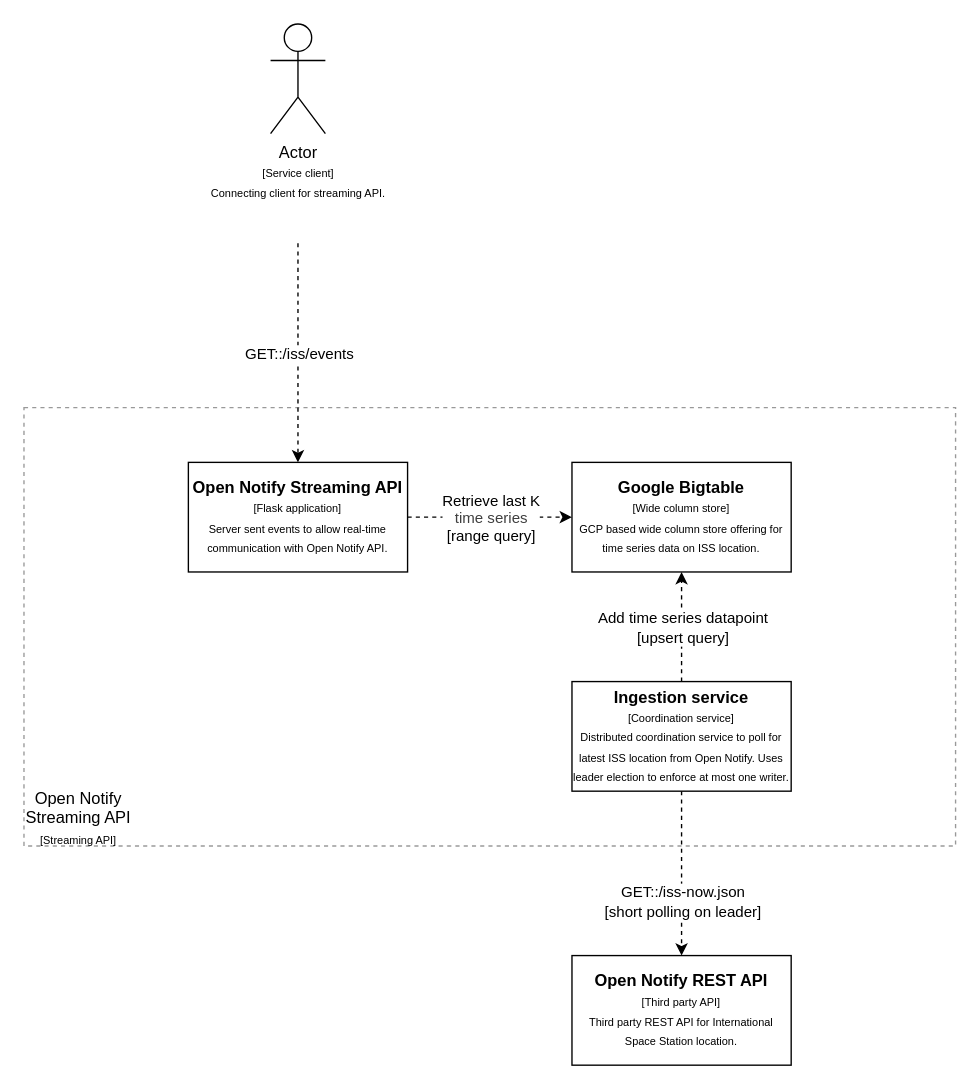
The draw.io diagram specs/diagrams/container_diagram.drawio in NoahT/Open-Notify-Streaming-API, before the edit. Source tidied: cells renumbered, new cells numbered last; positions are measured from the earlier drawing's top-left corner, leaving out a move shared by most shapes. Both pictures are drawn from the tidied source at 137%, with x=0, y=0 at pixel (23, 23).
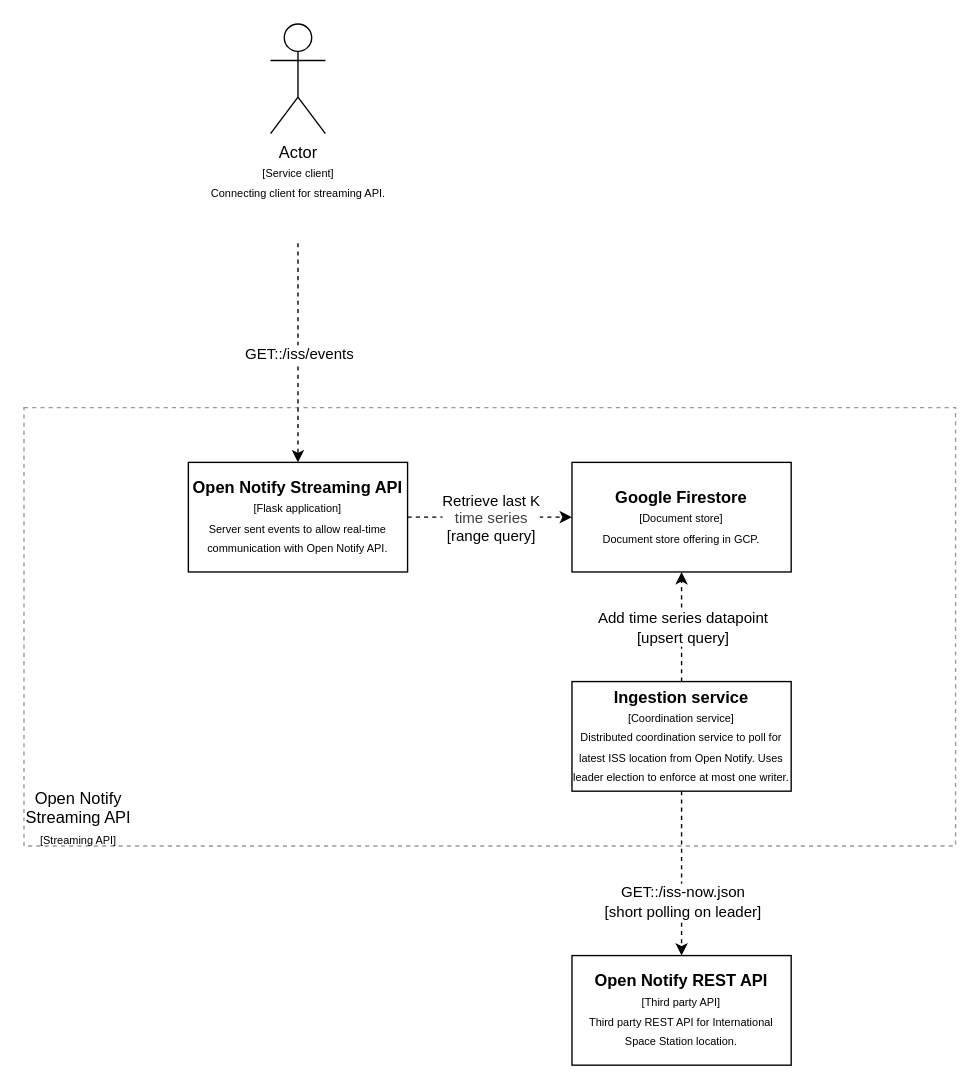
Above is the later version.

Commit message (it also covers changes not shown here):
Add document store design with Firestore (#9)

Change to the diagram source:
```diff
@@
-    <mxCell id="11" value="&lt;b&gt;Google Bigtable&lt;/b&gt;&lt;br&gt;&lt;font style=&quot;font-size: 8px;&quot;&gt;[Wide column store]&lt;br&gt;GCP based wide column store offering for time series data on ISS location.&lt;/font&gt;" style="rounded=0;whiteSpace=wrap;html=1;" parent="1" vertex="1">
+    <mxCell id="11" value="&lt;b&gt;Google Firestore&lt;/b&gt;&lt;br&gt;&lt;font style=&quot;font-size: 8px;&quot;&gt;[Document store]&lt;br&gt;Document store offering in GCP.&lt;/font&gt;" style="rounded=0;whiteSpace=wrap;html=1;" parent="1" vertex="1">
       <mxGeometry x="400" y="320" width="160" height="80" as="geometry" />
     </mxCell>
```
